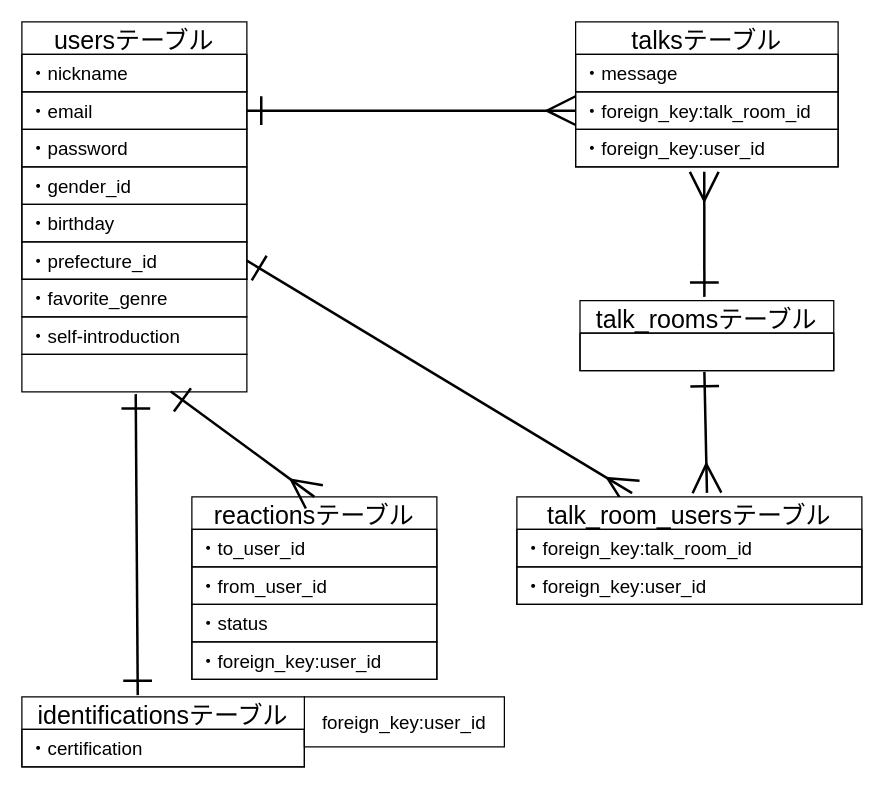
Earlier version of the draw.io diagram page "ER図" (1 of 2) of umaren.dio (suzuka1621/UMAREN1). Source tidied: cells renumbered, new cells numbered last; positions are measured from the earlier drawing's top-left corner, leaving out a move shared by most shapes. Both pictures are drawn from the tidied source at 125%, with x=0, y=0 at pixel (21, 21).
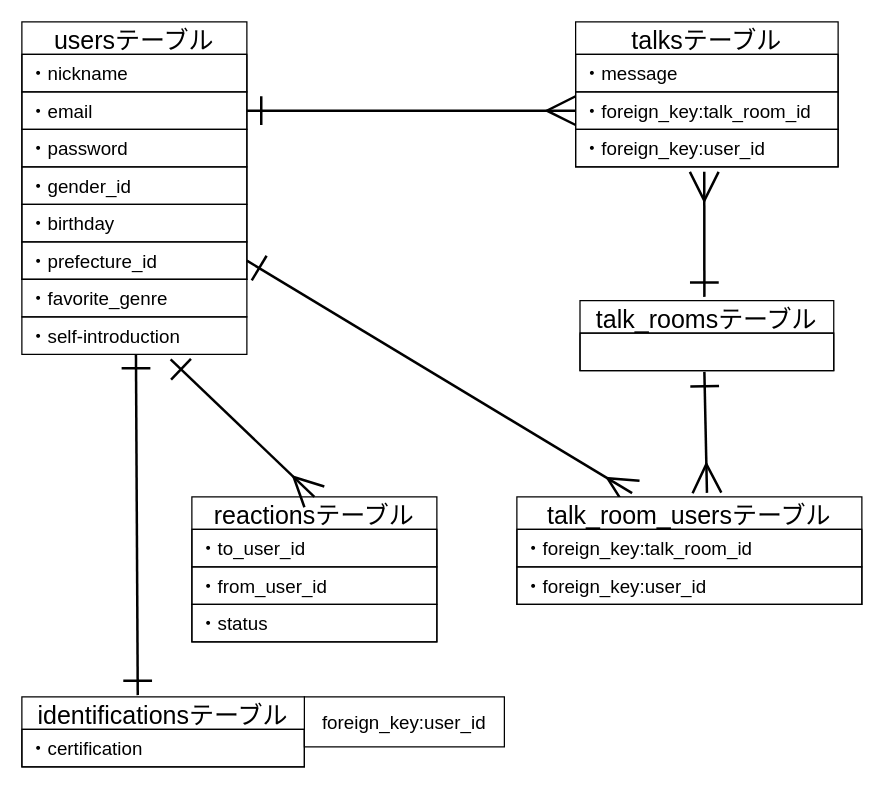
The same diagram, later.

Unchanged cells that the change refers to:
```xml
<mxCell id="23" value="・self-introduction" style="text;strokeColor=default;fillColor=none;spacingLeft=4;spacingRight=4;overflow=hidden;points=[[0,0.5],[1,0.5]];portConstraint=eastwest;fontSize=15;" parent="1" vertex="1">
  <mxGeometry y="236" width="180" height="30" as="geometry" />
</mxCell>
```

What changed in the source:
```diff
@@
     <mxCell id="17" value="reactionsテーブル" style="swimlane;fontStyle=0;horizontal=1;startSize=26;align=center;fontSize=20;" parent="1" vertex="1">
-      <mxGeometry x="136" y="380" width="196" height="146" as="geometry" />
+      <mxGeometry x="136" y="380" width="196" height="116" as="geometry" />
     </mxCell>
@@
-    <mxCell id="21" value="・foreign_key:user_id" style="text;strokeColor=default;fillColor=none;spacingLeft=4;spacingRight=4;overflow=hidden;fontSize=15;" parent="17" vertex="1">
-      <mxGeometry y="116" width="196" height="30" as="geometry" />
-    </mxCell>
@@
-    <mxCell id="24" style="text;strokeColor=default;fillColor=none;spacingLeft=4;spacingRight=4;overflow=hidden;points=[[0,0.5],[1,0.5]];portConstraint=eastwest;fontSize=15;" parent="1" vertex="1">
-      <mxGeometry y="266" width="180" height="30" as="geometry" />
-    </mxCell>
-    <mxCell id="25" style="edgeStyle=none;jumpStyle=none;jumpSize=20;html=1;strokeColor=default;strokeWidth=2;fontFamily=Helvetica;fontSize=15;startArrow=ERone;startFill=0;endArrow=ERone;endFill=0;startSize=20;endSize=20;sourcePerimeterSpacing=20;targetPerimeterSpacing=20;exitX=0.472;exitY=-0.025;exitDx=0;exitDy=0;exitPerimeter=0;entryX=0.506;entryY=1.06;entryDx=0;entryDy=0;entryPerimeter=0;" parent="1" edge="1" target="24">
+    <mxCell id="25" style="edgeStyle=none;jumpStyle=none;jumpSize=20;html=1;strokeColor=default;strokeWidth=2;fontFamily=Helvetica;fontSize=15;startArrow=ERone;startFill=0;endArrow=ERone;endFill=0;startSize=20;endSize=20;sourcePerimeterSpacing=20;targetPerimeterSpacing=20;exitX=0.472;exitY=-0.025;exitDx=0;exitDy=0;exitPerimeter=0;entryX=0.507;entryY=0.987;entryDx=0;entryDy=0;entryPerimeter=0;" parent="1" edge="1" target="23">
       <mxGeometry relative="1" as="geometry">
         <mxPoint x="92.7" y="538.6" as="sourcePoint" />
       </mxGeometry>
     </mxCell>
@@
-    <mxCell id="29" style="edgeStyle=none;jumpStyle=none;jumpSize=20;html=1;strokeColor=default;strokeWidth=2;fontFamily=Helvetica;fontSize=15;startArrow=ERmany;startFill=0;endArrow=ERone;endFill=0;startSize=20;endSize=20;sourcePerimeterSpacing=20;targetPerimeterSpacing=20;exitX=0.5;exitY=0;exitDx=0;exitDy=0;entryX=0.662;entryY=0.987;entryDx=0;entryDy=0;entryPerimeter=0;" parent="1" edge="1" source="17" target="24">
-      <mxGeometry relative="1" as="geometry" />
+    <mxCell id="29" style="edgeStyle=none;jumpStyle=none;jumpSize=20;html=1;strokeColor=default;strokeWidth=2;fontFamily=Helvetica;fontSize=15;startArrow=ERmany;startFill=0;endArrow=ERone;endFill=0;startSize=20;endSize=20;sourcePerimeterSpacing=20;targetPerimeterSpacing=20;exitX=0.5;exitY=0;exitDx=0;exitDy=0;" parent="1" edge="1" source="17">
+      <mxGeometry relative="1" as="geometry">
+        <mxPoint x="119" y="270" as="targetPoint" />
+      </mxGeometry>
     </mxCell>
```
